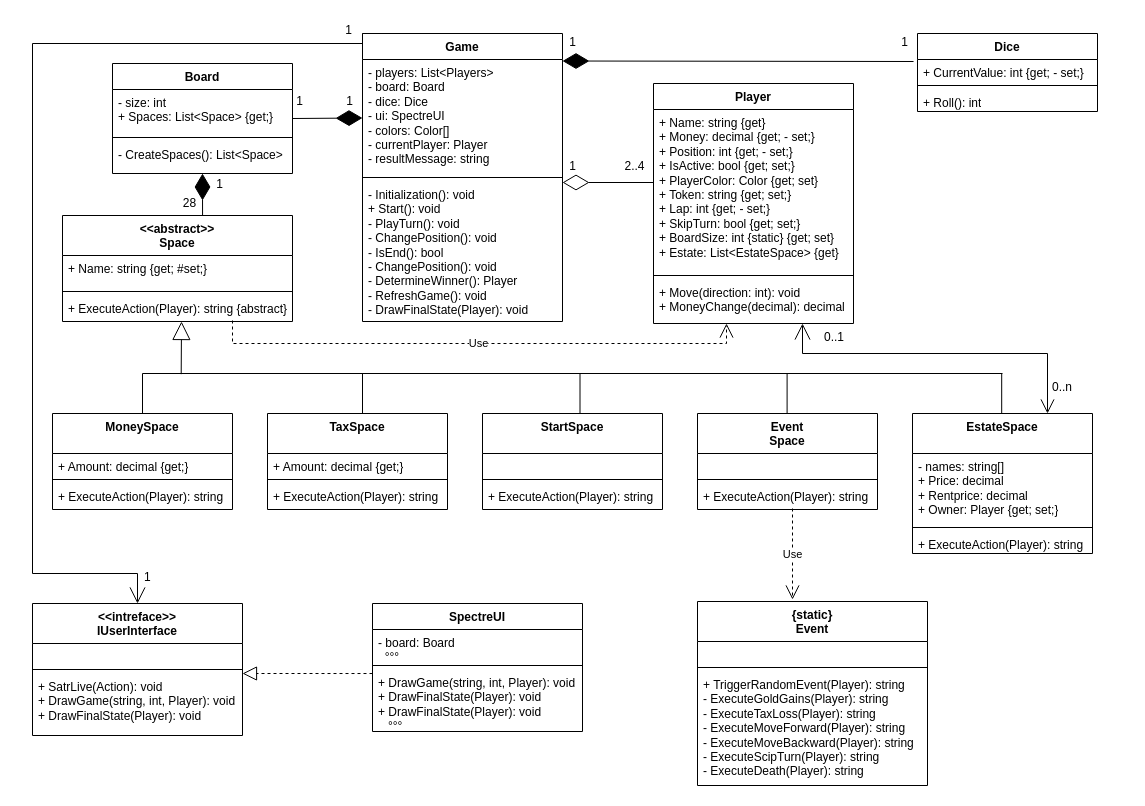
The draw.io diagram docs/UML_Monopoly.drawio in roman-vainer/Monopoly, before the edit. Source tidied: cells renumbered, new cells numbered last; positions are measured from the earlier drawing's top-left corner, leaving out a move shared by most shapes. Both pictures are drawn from the tidied source at 100%, with x=0, y=0 at pixel (32, 31).
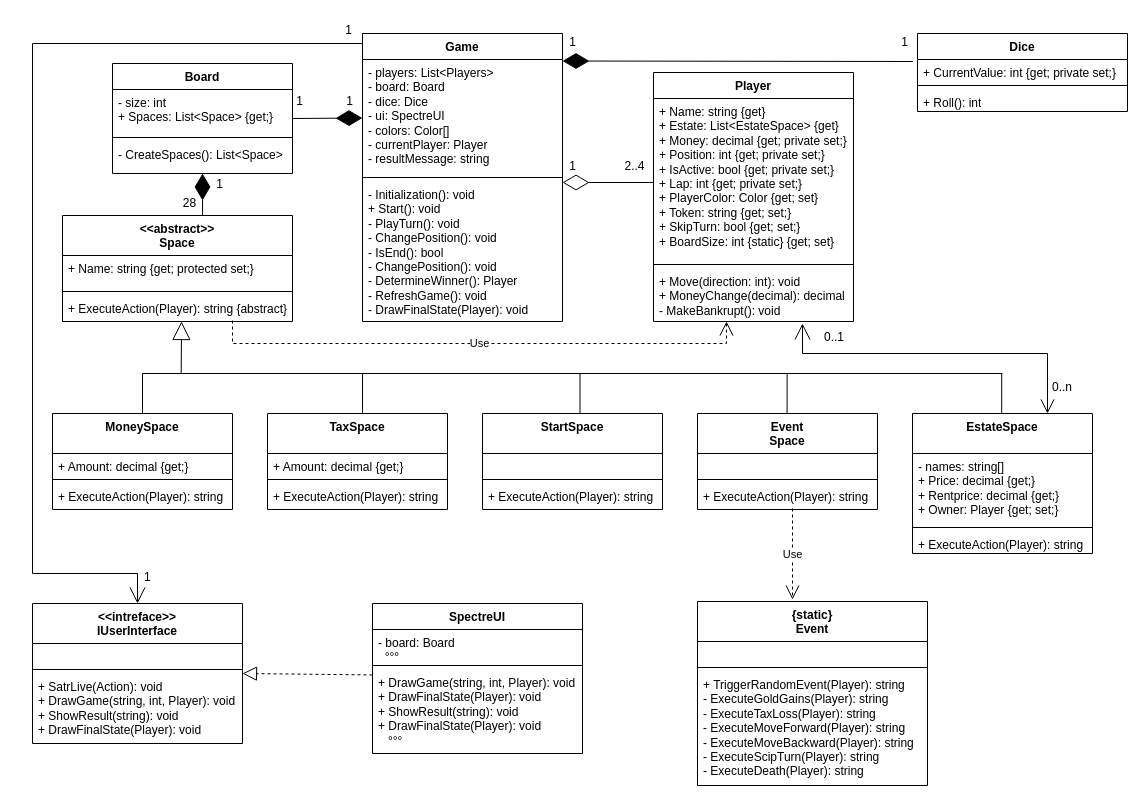
Above is the later version.

Commit message (it also covers changes not shown here):
Neue UML

The change refers to these unchanged cells:
```xml
<mxCell id="12" value="&lt;div&gt;&lt;font face=&quot;Helvetica&quot;&gt;&amp;lt;&amp;lt;abstract&amp;gt;&amp;gt;&lt;/font&gt;&lt;/div&gt;&lt;font face=&quot;Helvetica&quot;&gt;Space&lt;/font&gt;" style="swimlane;fontStyle=1;align=center;verticalAlign=top;horizontal=1;startSize=40;whiteSpace=wrap;html=1;" parent="1" vertex="1">
  <mxGeometry x="30" y="184" width="230" height="106" as="geometry" />
</mxCell>
<mxCell id="28" value="&lt;div&gt;EstateSpace&lt;/div&gt;" style="swimlane;fontStyle=1;align=center;verticalAlign=top;horizontal=1;startSize=40;whiteSpace=wrap;html=1;" parent="1" vertex="1">
  <mxGeometry x="880" y="382" width="180" height="140" as="geometry" />
</mxCell>
```

Change to the diagram source:
```diff
@@
-    <mxCell id="13" value="&lt;div&gt;&lt;span style=&quot;font-size: 9pt; background-color: transparent; color: light-dark(rgb(0, 0, 0), rgb(255, 255, 255));&quot;&gt;&lt;font face=&quot;Helvetica&quot;&gt;+ Name: string {get; #set;}&lt;/font&gt;&lt;/span&gt;&lt;/div&gt;&lt;div&gt;&lt;br&gt;&lt;/div&gt;" style="text;strokeColor=none;fillColor=none;align=left;verticalAlign=top;spacingLeft=4;spacingRight=4;overflow=hidden;whiteSpace=wrap;html=1;" parent="12" vertex="1">
+    <mxCell id="13" value="&lt;div&gt;&lt;span style=&quot;font-size: 9pt; background-color: transparent; color: light-dark(rgb(0, 0, 0), rgb(255, 255, 255));&quot;&gt;&lt;font face=&quot;Helvetica&quot;&gt;+ Name: string {get; protected set;}&lt;/font&gt;&lt;/span&gt;&lt;/div&gt;&lt;div&gt;&lt;br&gt;&lt;/div&gt;" style="text;strokeColor=none;fillColor=none;align=left;verticalAlign=top;spacingLeft=4;spacingRight=4;overflow=hidden;whiteSpace=wrap;html=1;" parent="12" vertex="1">
       <mxGeometry y="40" width="230" height="32" as="geometry" />
     </mxCell>
@@
-    <mxCell id="29" value="&lt;div&gt;- names: string[]&lt;/div&gt;&lt;div&gt;+ Price: decimal&lt;/div&gt;&lt;div&gt;+ Rentprice: decimal&lt;/div&gt;&lt;div&gt;+ Owner: Player {get; set;}&lt;/div&gt;" style="text;strokeColor=none;fillColor=none;align=left;verticalAlign=top;spacingLeft=4;spacingRight=4;overflow=hidden;whiteSpace=wrap;html=1;" parent="28" vertex="1">
+    <mxCell id="29" value="&lt;div&gt;- names: string[]&lt;/div&gt;&lt;div&gt;+ Price: decimal {get;}&lt;/div&gt;&lt;div&gt;+ Rentprice: decimal {get;}&lt;/div&gt;&lt;div&gt;+ Owner: Player {get; set;}&lt;/div&gt;" style="text;strokeColor=none;fillColor=none;align=left;verticalAlign=top;spacingLeft=4;spacingRight=4;overflow=hidden;whiteSpace=wrap;html=1;" parent="28" vertex="1">
       <mxGeometry y="40" width="180" height="70" as="geometry" />
     </mxCell>
@@
     <mxCell id="33" value="Dice" style="swimlane;fontStyle=1;align=center;verticalAlign=top;horizontal=1;startSize=26;whiteSpace=wrap;html=1;" parent="1" vertex="1">
-      <mxGeometry x="885" y="2" width="180" height="78" as="geometry" />
+      <mxGeometry x="885" y="2" width="210" height="78" as="geometry" />
     </mxCell>
-    <mxCell id="34" value="&lt;div&gt;&lt;span style=&quot;font-size: 9pt; background-color: transparent; color: light-dark(rgb(0, 0, 0), rgb(255, 255, 255));&quot;&gt;&lt;font face=&quot;Helvetica&quot;&gt;+ CurrentValue: int {get; - set;}&lt;/font&gt;&lt;/span&gt;&lt;/div&gt;" style="text;strokeColor=none;fillColor=none;align=left;verticalAlign=top;spacingLeft=4;spacingRight=4;overflow=hidden;points=[[0,0.5],[1,0.5]];portConstraint=eastwest;whiteSpace=wrap;html=1;" parent="33" vertex="1">
-      <mxGeometry y="26" width="180" height="22" as="geometry" />
+    <mxCell id="34" value="&lt;div&gt;&lt;span style=&quot;font-size: 9pt; background-color: transparent; color: light-dark(rgb(0, 0, 0), rgb(255, 255, 255));&quot;&gt;&lt;font face=&quot;Helvetica&quot;&gt;+ CurrentValue: int {get; private set;}&lt;/font&gt;&lt;/span&gt;&lt;/div&gt;" style="text;strokeColor=none;fillColor=none;align=left;verticalAlign=top;spacingLeft=4;spacingRight=4;overflow=hidden;points=[[0,0.5],[1,0.5]];portConstraint=eastwest;whiteSpace=wrap;html=1;" parent="33" vertex="1">
+      <mxGeometry y="26" width="210" height="22" as="geometry" />
     </mxCell>
     <mxCell id="35" style="line;strokeWidth=1;fillColor=none;align=left;verticalAlign=middle;spacingTop=-1;spacingLeft=3;spacingRight=3;labelPosition=right;strokeColor=inherit;" parent="33" vertex="1">
-      <mxGeometry y="48" width="180" height="8" as="geometry" />
+      <mxGeometry y="48" width="210" height="8" as="geometry" />
     </mxCell>
     <mxCell id="36" value="&lt;font face=&quot;Helvetica&quot;&gt;+ Roll(): int&lt;/font&gt;&lt;div&gt;&lt;span style=&quot;font-family: &amp;quot;Cascadia Mono&amp;quot;;&quot;&gt;&lt;br&gt;&lt;/span&gt;&lt;/div&gt;" style="text;strokeColor=none;fillColor=none;align=left;verticalAlign=top;spacingLeft=4;spacingRight=4;overflow=hidden;whiteSpace=wrap;html=1;" parent="33" vertex="1">
-      <mxGeometry y="56" width="180" height="22" as="geometry" />
+      <mxGeometry y="56" width="210" height="22" as="geometry" />
     </mxCell>
@@
     <mxCell id="41" value="Player" style="swimlane;fontStyle=1;align=center;verticalAlign=top;horizontal=1;startSize=26;whiteSpace=wrap;html=1;" parent="1" vertex="1">
-      <mxGeometry x="621" y="52" width="200" height="240" as="geometry" />
+      <mxGeometry x="621" y="41" width="200" height="249" as="geometry" />
     </mxCell>
-    <mxCell id="42" value="&lt;div&gt;&lt;span style=&quot;font-size: 9pt; background-color: transparent; color: light-dark(rgb(0, 0, 0), rgb(255, 255, 255));&quot;&gt;&lt;font face=&quot;Helvetica&quot;&gt;+ Name: string {get}&lt;/font&gt;&lt;/span&gt;&lt;/div&gt;&lt;div&gt;&lt;span style=&quot;background-color: transparent; color: light-dark(rgb(0, 0, 0), rgb(255, 255, 255)); font-size: 9pt;&quot;&gt;+ Money: decimal {get; - set;}&lt;/span&gt;&lt;/div&gt;&lt;div&gt;&lt;span style=&quot;background-color: transparent; color: light-dark(rgb(0, 0, 0), rgb(255, 255, 255)); font-size: 9pt;&quot;&gt;+ Position: int {get; - set;}&lt;/span&gt;&lt;/div&gt;&lt;div&gt;&lt;span style=&quot;background-color: transparent; color: light-dark(rgb(0, 0, 0), rgb(255, 255, 255)); font-size: 9pt;&quot;&gt;+ IsActive: bool {get; set;}&lt;/span&gt;&lt;/div&gt;&lt;div&gt;+ PlayerColor: Color {get; set}&lt;/div&gt;&lt;div&gt;+ Token: string {get; set;}&lt;/div&gt;&lt;div&gt;+ Lap: int {get; - set;}&lt;/div&gt;&lt;div&gt;+ SkipTurn: bool {get; set;}&lt;/div&gt;&lt;div&gt;+ BoardSize: int&amp;nbsp;&lt;span style=&quot;background-color: transparent; color: light-dark(rgb(0, 0, 0), rgb(255, 255, 255));&quot;&gt;{static}&amp;nbsp;&lt;/span&gt;&lt;span style=&quot;background-color: transparent; color: light-dark(rgb(0, 0, 0), rgb(255, 255, 255));&quot;&gt;{get; set}&lt;/span&gt;&lt;/div&gt;&lt;div&gt;+ Estate: List&amp;lt;EstateSpace&amp;gt; {get}&lt;/div&gt;" style="text;strokeColor=none;fillColor=none;align=left;verticalAlign=top;spacingLeft=4;spacingRight=4;overflow=hidden;whiteSpace=wrap;html=1;" parent="41" vertex="1">
+    <mxCell id="42" value="&lt;div&gt;&lt;span style=&quot;font-size: 9pt; background-color: transparent; color: light-dark(rgb(0, 0, 0), rgb(255, 255, 255));&quot;&gt;&lt;font face=&quot;Helvetica&quot;&gt;+ Name: string {get}&lt;/font&gt;&lt;/span&gt;&lt;/div&gt;&lt;div&gt;+ Estate: List&amp;lt;EstateSpace&amp;gt; {get}&lt;span style=&quot;background-color: transparent; color: light-dark(rgb(0, 0, 0), rgb(255, 255, 255)); font-size: 9pt;&quot;&gt;&lt;/span&gt;&lt;/div&gt;&lt;div&gt;&lt;span style=&quot;background-color: transparent; color: light-dark(rgb(0, 0, 0), rgb(255, 255, 255)); font-size: 9pt;&quot;&gt;+ Money: decimal {get; private set;}&lt;/span&gt;&lt;/div&gt;&lt;div&gt;&lt;span style=&quot;background-color: transparent; color: light-dark(rgb(0, 0, 0), rgb(255, 255, 255)); font-size: 9pt;&quot;&gt;+ Position: int {get; private set;}&lt;/span&gt;&lt;/div&gt;&lt;div&gt;&lt;span style=&quot;background-color: transparent; color: light-dark(rgb(0, 0, 0), rgb(255, 255, 255)); font-size: 9pt;&quot;&gt;+ IsActive: bool {get; private set;}&lt;/span&gt;&lt;/div&gt;&lt;div&gt;+ Lap: int {get; private set;}&lt;/div&gt;&lt;div&gt;+ PlayerColor: Color {get; set}&lt;/div&gt;&lt;div&gt;+ Token: string {get; set;}&lt;/div&gt;&lt;div&gt;+ SkipTurn: bool {get; set;}&lt;/div&gt;&lt;div&gt;+ BoardSize: int&amp;nbsp;&lt;span style=&quot;background-color: transparent; color: light-dark(rgb(0, 0, 0), rgb(255, 255, 255));&quot;&gt;{static}&amp;nbsp;&lt;/span&gt;&lt;span style=&quot;background-color: transparent; color: light-dark(rgb(0, 0, 0), rgb(255, 255, 255));&quot;&gt;{get; set}&lt;/span&gt;&lt;/div&gt;&lt;div&gt;&lt;br&gt;&lt;/div&gt;" style="text;strokeColor=none;fillColor=none;align=left;verticalAlign=top;spacingLeft=4;spacingRight=4;overflow=hidden;whiteSpace=wrap;html=1;" parent="41" vertex="1">
       <mxGeometry y="26" width="200" height="162" as="geometry" />
     </mxCell>
@@
-    <mxCell id="44" value="&lt;div&gt;&lt;span style=&quot;background-color: transparent; color: light-dark(rgb(0, 0, 0), rgb(255, 255, 255));&quot;&gt;+ Move(direction: int): void&lt;/span&gt;&lt;/div&gt;&lt;div&gt;+ MoneyChange(decimal): decimal&lt;/div&gt;" style="text;strokeColor=none;fillColor=none;align=left;verticalAlign=top;spacingLeft=4;spacingRight=4;overflow=hidden;points=[[0,0.5],[1,0.5]];portConstraint=eastwest;whiteSpace=wrap;html=1;" parent="41" vertex="1">
-      <mxGeometry y="196" width="200" height="44" as="geometry" />
+    <mxCell id="44" value="&lt;div&gt;&lt;span style=&quot;background-color: transparent; color: light-dark(rgb(0, 0, 0), rgb(255, 255, 255));&quot;&gt;+ Move(direction: int): void&lt;/span&gt;&lt;/div&gt;&lt;div&gt;+ MoneyChange(decimal): decimal&lt;/div&gt;&lt;div&gt;- MakeBankrupt(): void&lt;/div&gt;" style="text;strokeColor=none;fillColor=none;align=left;verticalAlign=top;spacingLeft=4;spacingRight=4;overflow=hidden;points=[[0,0.5],[1,0.5]];portConstraint=eastwest;whiteSpace=wrap;html=1;" parent="41" vertex="1">
+      <mxGeometry y="196" width="200" height="53" as="geometry" />
     </mxCell>
     <mxCell id="45" value="&amp;lt;&amp;lt;intreface&amp;gt;&amp;gt;&lt;br&gt;IUserInterface" style="swimlane;fontStyle=1;align=center;verticalAlign=top;horizontal=1;startSize=40;whiteSpace=wrap;html=1;" parent="1" vertex="1">
-      <mxGeometry y="572" width="210" height="132" as="geometry" />
+      <mxGeometry y="572" width="210" height="140" as="geometry" />
     </mxCell>
@@
-    <mxCell id="49" value="&lt;div&gt;+ SatrLive(Action): void&lt;/div&gt;+ DrawGame(string, int, Player): void&lt;div&gt;+ DrawFinalState(Player): void&lt;/div&gt;" style="text;strokeColor=none;fillColor=none;align=left;verticalAlign=top;spacingLeft=4;spacingRight=4;overflow=hidden;whiteSpace=wrap;html=1;" parent="45" vertex="1">
-      <mxGeometry y="70" width="210" height="62" as="geometry" />
+    <mxCell id="49" value="&lt;div&gt;+ SatrLive(Action): void&lt;/div&gt;+ DrawGame(string, int, Player): void&lt;div&gt;+ ShowResult(string): void&lt;br&gt;&lt;div&gt;+ DrawFinalState(Player): void&lt;/div&gt;&lt;/div&gt;" style="text;strokeColor=none;fillColor=none;align=left;verticalAlign=top;spacingLeft=4;spacingRight=4;overflow=hidden;whiteSpace=wrap;html=1;" parent="45" vertex="1">
+      <mxGeometry y="70" width="210" height="70" as="geometry" />
     </mxCell>
     <mxCell id="50" value="SpectreUI" style="swimlane;fontStyle=1;align=center;verticalAlign=top;horizontal=1;startSize=26;whiteSpace=wrap;html=1;" parent="1" vertex="1">
-      <mxGeometry x="340" y="572" width="210" height="128" as="geometry" />
+      <mxGeometry x="340" y="572" width="210" height="150" as="geometry" />
     </mxCell>
@@
-    <mxCell id="53" value="+ DrawGame(string, int, Player): void&lt;div&gt;+ DrawFinalState(Player): void&lt;/div&gt;&lt;div&gt;+ DrawFinalState(Player): void&lt;/div&gt;&lt;div&gt;&lt;span style=&quot;background-color: transparent; color: light-dark(rgb(0, 0, 0), rgb(255, 255, 255));&quot;&gt;&amp;nbsp; &amp;nbsp;°°°&lt;/span&gt;&lt;/div&gt;&lt;div&gt;&lt;div&gt;&lt;br&gt;&lt;/div&gt;&lt;div&gt;&lt;br&gt;&lt;/div&gt;&lt;div&gt;&lt;br&gt;&lt;/div&gt;&lt;div&gt;&lt;br&gt;&lt;/div&gt;&lt;/div&gt;" style="text;strokeColor=none;fillColor=none;align=left;verticalAlign=top;spacingLeft=4;spacingRight=4;overflow=hidden;points=[[0,0.5],[1,0.5]];portConstraint=eastwest;whiteSpace=wrap;html=1;" parent="50" vertex="1">
-      <mxGeometry y="66" width="210" height="62" as="geometry" />
+    <mxCell id="53" value="+ DrawGame(string, int, Player): void&lt;div&gt;+ DrawFinalState(Player): void&lt;/div&gt;&lt;div&gt;+ ShowResult(string): void&lt;/div&gt;&lt;div&gt;+ DrawFinalState(Player): void&lt;/div&gt;&lt;div&gt;&lt;span style=&quot;background-color: transparent; color: light-dark(rgb(0, 0, 0), rgb(255, 255, 255));&quot;&gt;&amp;nbsp; &amp;nbsp;°°°&lt;/span&gt;&lt;/div&gt;&lt;div&gt;&lt;div&gt;&lt;br&gt;&lt;/div&gt;&lt;div&gt;&lt;br&gt;&lt;/div&gt;&lt;div&gt;&lt;br&gt;&lt;/div&gt;&lt;div&gt;&lt;br&gt;&lt;/div&gt;&lt;/div&gt;" style="text;strokeColor=none;fillColor=none;align=left;verticalAlign=top;spacingLeft=4;spacingRight=4;overflow=hidden;points=[[0,0.5],[1,0.5]];portConstraint=eastwest;whiteSpace=wrap;html=1;" parent="50" vertex="1">
+      <mxGeometry y="66" width="210" height="84" as="geometry" />
     </mxCell>
```
